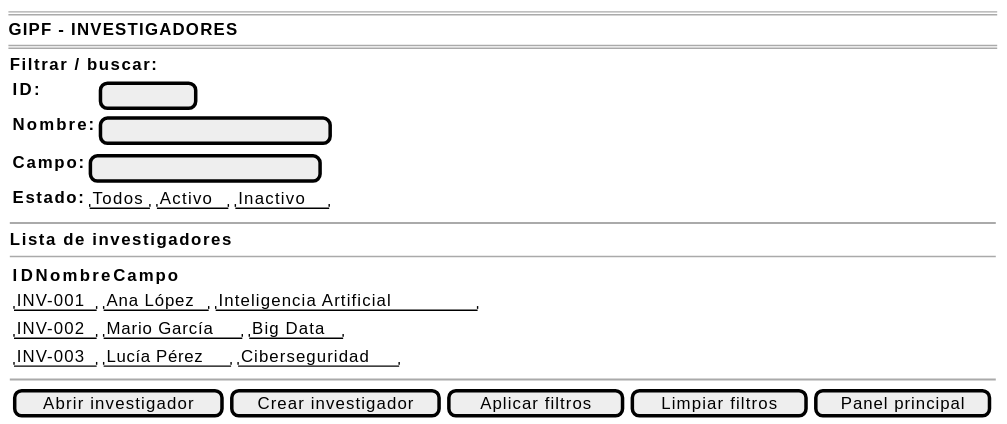
The PlantUML diagram images/RUP/00-casos-uso/02-detalle/coordinador/abrirInvestigadores/abrirInvestigadores-wireframe.svg in beatriizorozco/25-26-idsw2-sdVC, before a commit. The source it was exported from:
```plantuml
@startsalt abrirInvestigadores-wireframe
{
    ====
    <b>GIPF - INVESTIGADORES</b>
    ====
    {
        <b>Filtrar / buscar:</b>
        {
            {<b>ID:</b> | [        ]
             <b>Nombre:</b> | [                    ]}
            {<b>Campo:</b> | [                    ]
             <b>Estado:</b> | { "Todos" | "Activo" | "Inactivo" }}
        }

        ~~

        <b>Lista de investigadores</b>
        --
        {
            {<b>ID</b> | <b>Nombre</b> | <b>Campo</b>}
            {"INV-001" | "Ana López"   | "Inteligencia Artificial"}
            {"INV-002" | "Mario García" | "Big Data"}
            {"INV-003" | "Lucía Pérez" | "Ciberseguridad"}
        }

        ~~

        {[Abrir investigador] | [Crear investigador] | [Aplicar filtros] | [Limpiar filtros] | [Panel principal]}
    }
}
@endsalt
```
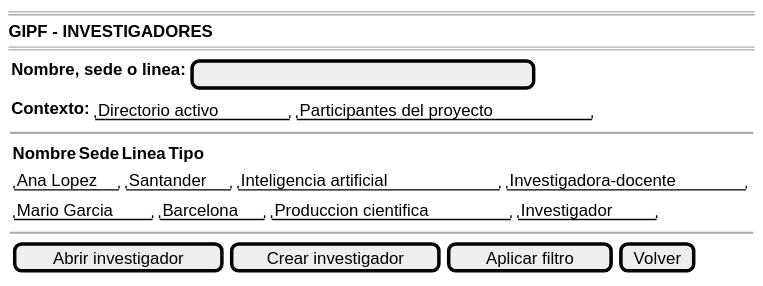
Above is the later version.

What changed in the source:
```diff
@@ -4,28 +4,16 @@
     <b>GIPF - INVESTIGADORES</b>
     ====
     {
-        <b>Filtrar / buscar:</b>
+        {<b>Nombre, sede o linea:</b> | [                              ]}
+        {<b>Contexto:</b> | { "Directorio activo" | "Participantes del proyecto" }}
+        ~~
         {
-            {<b>ID:</b> | [        ]
-             <b>Nombre:</b> | [                    ]}
-            {<b>Campo:</b> | [                    ]
-             <b>Estado:</b> | { "Todos" | "Activo" | "Inactivo" }}
+            {<b>Nombre</b> | <b>Sede</b> | <b>Linea</b> | <b>Tipo</b>}
+            {"Ana Lopez" | "Santander" | "Inteligencia artificial" | "Investigadora-docente"}
+            {"Mario Garcia" | "Barcelona" | "Produccion cientifica" | "Investigador"}
         }
-
         ~~
-
-        <b>Lista de investigadores</b>
-        --
-        {
-            {<b>ID</b> | <b>Nombre</b> | <b>Campo</b>}
-            {"INV-001" | "Ana López"   | "Inteligencia Artificial"}
-            {"INV-002" | "Mario García" | "Big Data"}
-            {"INV-003" | "Lucía Pérez" | "Ciberseguridad"}
-        }
-
-        ~~
-
-        {[Abrir investigador] | [Crear investigador] | [Aplicar filtros] | [Limpiar filtros] | [Panel principal]}
+        {[Abrir investigador] | [Crear investigador] | [Aplicar filtro] | [Volver]}
     }
 }
 @endsalt
```
